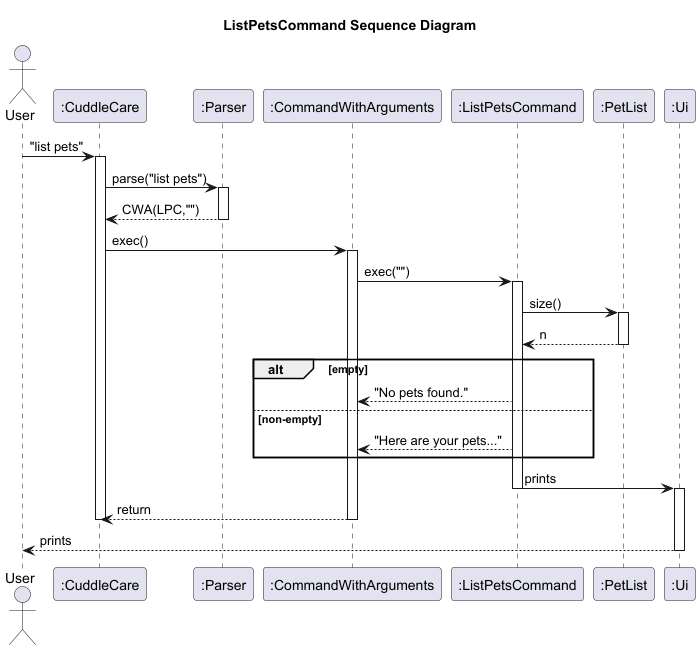
Above: docs/diagrams/ListPetsCommand_Sequence_Diagram.png in Kevin88866/tp (PlantUML), before the change.
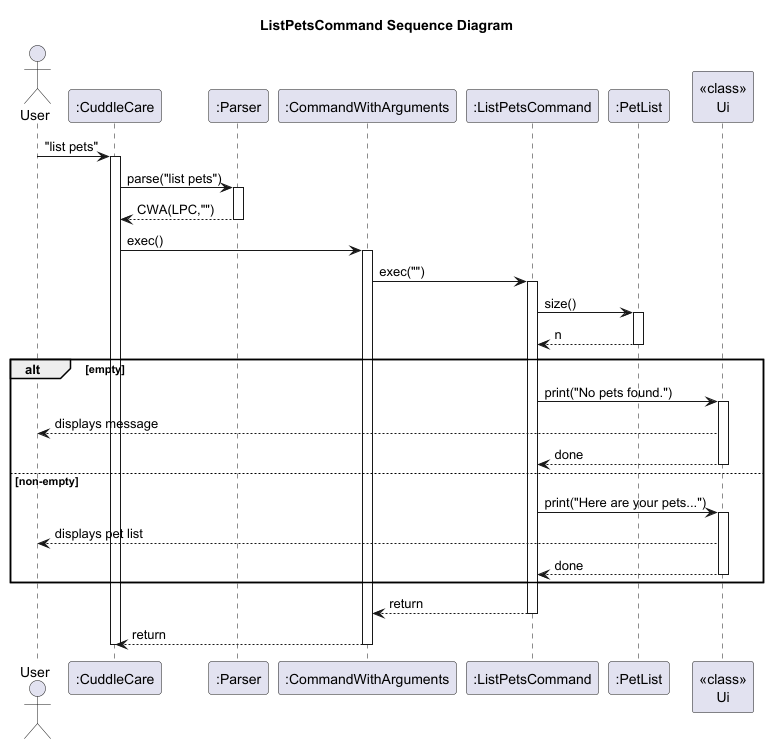
The same file after the commit.

The edit, as a diff of the source:
```diff
@@ -6,7 +6,7 @@
 participant ":CommandWithArguments" as CWA
 participant ":ListPetsCommand" as LPC
 participant ":PetList" as PetList
-participant ":Ui" as Ui
+participant "<<class>>\nUi" as Ui
 
 User -> CuddleCare : "list pets"
 activate CuddleCare
@@ -23,19 +23,24 @@
 activate PetList
 PetList --> LPC : n
 deactivate PetList
+
 alt empty
-  LPC --> CWA : "No pets found."
+  LPC -> Ui : print("No pets found.")
+  activate Ui
+  Ui --> User : displays message
+  Ui --> LPC : done
+  deactivate Ui
 else non-empty
-  LPC --> CWA : "Here are your pets..."
+  LPC -> Ui : print("Here are your pets...")
+  activate Ui
+  Ui --> User : displays pet list
+  Ui --> LPC : done
+  deactivate Ui
 end
-  LPC -> Ui : prints
-  deactivate LPC
-  activate Ui
 
+LPC --> CWA : return
+deactivate LPC
 CWA --> CuddleCare : return
 deactivate CWA
 deactivate CuddleCare
-Ui --> User : prints
-deactivate Ui
-
 @enduml
```
